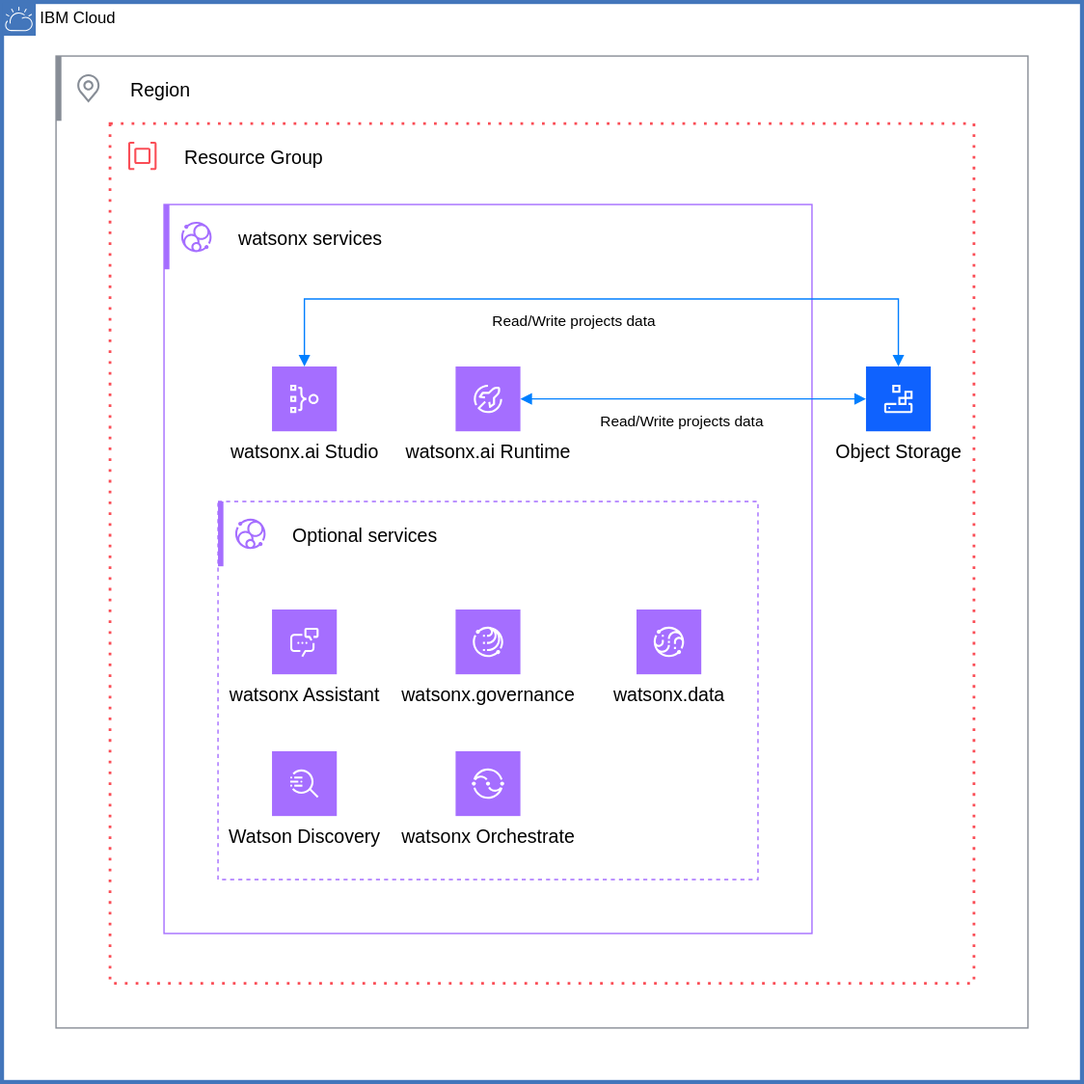
Earlier version of the draw.io export terraform-ibm-watsonx-saas-da/watsonx-saas-da.svg (ibm-cloud-docs/deployable-reference-architectures). Source tidied: cells renumbered, new cells last; positions are measured from the earlier drawing's top-left corner, leaving out a move shared by most shapes.
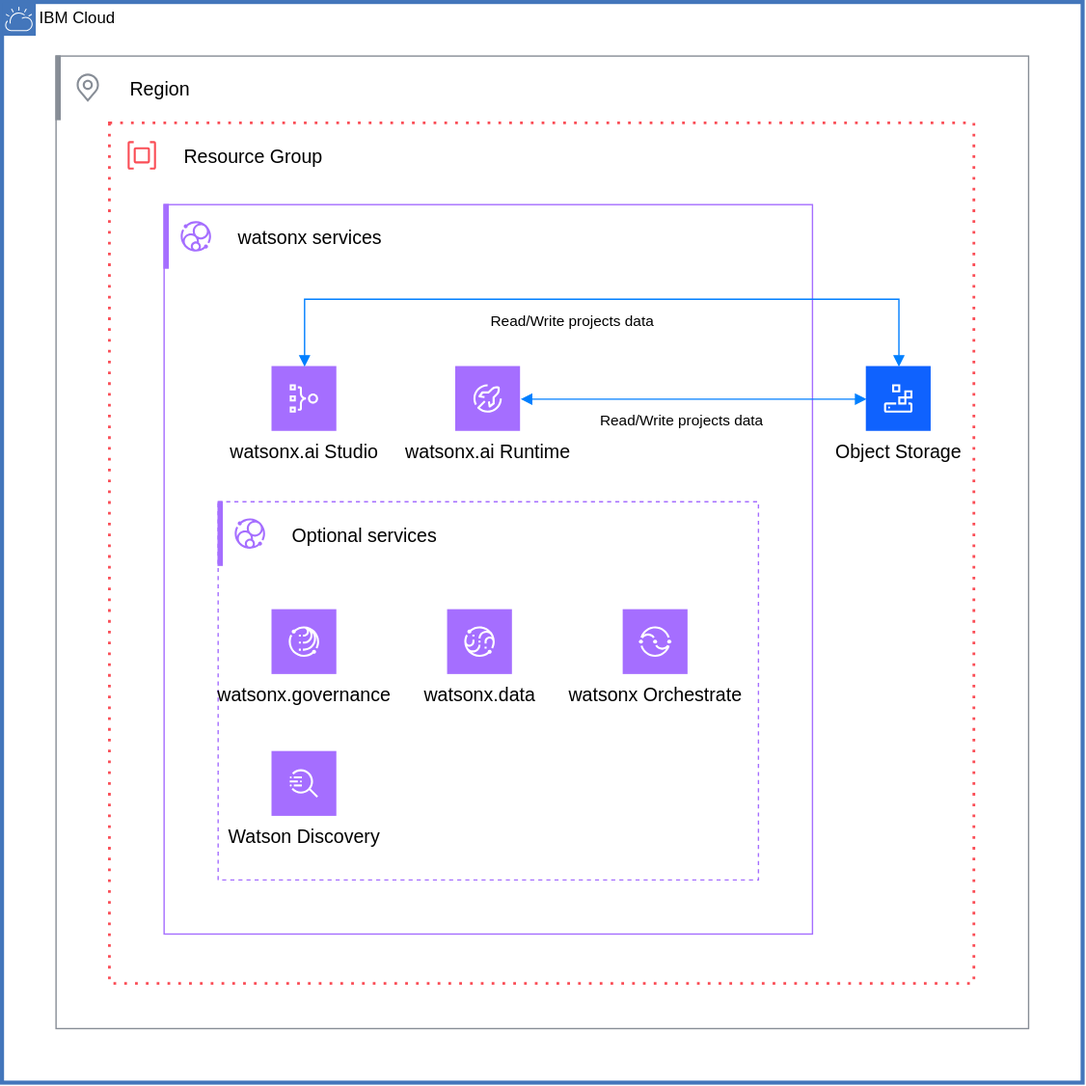
The same file after the commit.

Commit message:
cldocid2: Build update cronjobs/automated-content/build-reference-architecture-1431

Diff of the diagram source:
```diff
@@ -11,138 +11,130 @@
     <mxCell id="4" value="Region" style="shape=rect;fillColor=none;labelPosition=right;verticalLabelPosition=middle;align=left;verticalAlign=middle;strokeColor=none;spacingLeft=5;fontSize=14;" parent="3" vertex="1">
       <mxGeometry width="48" height="48" relative="1" as="geometry" />
     </mxCell>
-    <mxCell id="5" style="fillColor=#878D96;shape=mxgraph.ibm_cloud.location;strokeColor=none;dashed=0;html=1;labelPosition=center;verticalLabelPosition=bottom;verticalAlign=top;" parent="4" vertex="1">
-      <mxGeometry width="24" height="24" relative="1" as="geometry">
-        <mxPoint x="12" y="12" as="offset" />
-      </mxGeometry>
-    </mxCell>
-    <mxCell id="6" style="shape=rect;fillColor=#878D96;labelPosition=right;verticalLabelPosition=middle;align=left;verticalAlign=middle;strokeColor=none;spacingLeft=5;fontSize=14;" parent="3" vertex="1">
-      <mxGeometry width="4" height="48" relative="1" as="geometry" />
-    </mxCell>
+    <mxCell id="38" style="fillColor=#878D96;shape=mxgraph.ibm_cloud.location;strokeColor=none;dashed=0;html=1;labelPosition=center;verticalLabelPosition=bottom;verticalAlign=top;" parent="4" vertex="1">
+      <mxGeometry width="24" height="24" relative="1" as="geometry">
+        <mxPoint x="12" y="12" as="offset" />
+      </mxGeometry>
+    </mxCell>
+    <mxCell id="39" style="shape=rect;fillColor=#878D96;labelPosition=right;verticalLabelPosition=middle;align=left;verticalAlign=middle;strokeColor=none;spacingLeft=5;fontSize=14;" parent="3" vertex="1">
+      <mxGeometry width="4" height="48" relative="1" as="geometry" />
+    </mxCell>
     <mxCell id="7" style="html=1;whiteSpace=wrap;strokeColor=#FA4D56;fillColor=none;dashed=1;dashPattern=1 3;strokeWidth=2;" parent="3" vertex="1">
       <mxGeometry x="40" y="50" width="640" height="637" as="geometry" />
     </mxCell>
     <mxCell id="8" value="Resource Group" style="shape=rect;fillColor=none;labelPosition=right;verticalLabelPosition=middle;align=left;verticalAlign=middle;strokeColor=none;spacingLeft=5;fontSize=14;" parent="7" vertex="1">
       <mxGeometry width="48" height="48" relative="1" as="geometry" />
     </mxCell>
-    <mxCell id="9" style="fillColor=#FA4D56;shape=mxgraph.ibm_cloud.group--resource;strokeColor=none;dashed=0;html=1;labelPosition=center;verticalLabelPosition=bottom;verticalAlign=top;" parent="8" vertex="1">
-      <mxGeometry width="24" height="24" relative="1" as="geometry">
-        <mxPoint x="12" y="12" as="offset" />
-      </mxGeometry>
-    </mxCell>
+    <mxCell id="40" style="fillColor=#FA4D56;shape=mxgraph.ibm_cloud.group--resource;strokeColor=none;dashed=0;html=1;labelPosition=center;verticalLabelPosition=bottom;verticalAlign=top;" parent="8" vertex="1">
+      <mxGeometry width="24" height="24" relative="1" as="geometry">
+        <mxPoint x="12" y="12" as="offset" />
+      </mxGeometry>
+    </mxCell>
     <mxCell id="10" style="html=1;whiteSpace=wrap;strokeColor=#A56EFF;fillColor=none;strokeWidth=1;" parent="7" vertex="1">
       <mxGeometry x="40" y="60" width="480" height="540" as="geometry" />
     </mxCell>
     <mxCell id="11" value="watsonx services" style="shape=rect;fillColor=none;labelPosition=right;verticalLabelPosition=middle;align=left;verticalAlign=middle;strokeColor=none;spacingLeft=5;fontSize=14;" parent="10" vertex="1">
       <mxGeometry width="48" height="48" relative="1" as="geometry" />
     </mxCell>
-    <mxCell id="12" style="fillColor=#A56EFF;shape=mxgraph.ibm_cloud.watsonx;strokeColor=none;dashed=0;html=1;labelPosition=center;verticalLabelPosition=bottom;verticalAlign=top;" parent="11" vertex="1">
-      <mxGeometry width="24" height="24" relative="1" as="geometry">
-        <mxPoint x="12" y="12" as="offset" />
-      </mxGeometry>
-    </mxCell>
-    <mxCell id="13" style="shape=rect;fillColor=#A56EFF;labelPosition=right;verticalLabelPosition=middle;align=left;verticalAlign=middle;strokeColor=none;spacingLeft=5;fontSize=14;" parent="10" vertex="1">
-      <mxGeometry width="4" height="48" relative="1" as="geometry" />
-    </mxCell>
+    <mxCell id="41" style="fillColor=#A56EFF;shape=mxgraph.ibm_cloud.watsonx;strokeColor=none;dashed=0;html=1;labelPosition=center;verticalLabelPosition=bottom;verticalAlign=top;" parent="11" vertex="1">
+      <mxGeometry width="24" height="24" relative="1" as="geometry">
+        <mxPoint x="12" y="12" as="offset" />
+      </mxGeometry>
+    </mxCell>
+    <mxCell id="42" style="shape=rect;fillColor=#A56EFF;labelPosition=right;verticalLabelPosition=middle;align=left;verticalAlign=middle;strokeColor=none;spacingLeft=5;fontSize=14;" parent="10" vertex="1">
+      <mxGeometry width="4" height="48" relative="1" as="geometry" />
+    </mxCell>
     <mxCell id="14" value="watsonx.ai Studio" style="shape=rect;fillColor=#A56EFF;labelPosition=center;verticalLabelPosition=bottom;align=center;verticalAlign=top;strokeColor=none;fontSize=14;" parent="10" vertex="1">
       <mxGeometry x="80" y="120" width="48" height="48" as="geometry" />
     </mxCell>
-    <mxCell id="15" style="fillColor=#ffffff;strokeColor=none;dashed=0;html=1;labelPosition=center;verticalLabelPosition=bottom;verticalAlign=top;shape=mxgraph.ibm_cloud.ibm-watson--studio;" parent="14" vertex="1">
-      <mxGeometry width="24" height="24" relative="1" as="geometry">
-        <mxPoint x="12" y="12" as="offset" />
-      </mxGeometry>
-    </mxCell>
+    <mxCell id="43" style="fillColor=#ffffff;strokeColor=none;dashed=0;html=1;labelPosition=center;verticalLabelPosition=bottom;verticalAlign=top;shape=mxgraph.ibm_cloud.ibm-watson--studio;" parent="14" vertex="1">
+      <mxGeometry width="24" height="24" relative="1" as="geometry">
+        <mxPoint x="12" y="12" as="offset" />
+      </mxGeometry>
+    </mxCell>
     <mxCell id="16" value="watsonx.ai Runtime" style="shape=rect;fillColor=#A56EFF;labelPosition=center;verticalLabelPosition=bottom;align=center;verticalAlign=top;strokeColor=none;fontSize=14;" parent="10" vertex="1">
       <mxGeometry x="216" y="120" width="48" height="48" as="geometry" />
     </mxCell>
-    <mxCell id="17" style="fillColor=#ffffff;strokeColor=none;dashed=0;html=1;labelPosition=center;verticalLabelPosition=bottom;verticalAlign=top;shape=mxgraph.ibm_cloud.ibm-watson--machine-learning;" parent="16" vertex="1">
-      <mxGeometry width="24" height="24" relative="1" as="geometry">
-        <mxPoint x="12" y="12" as="offset" />
-      </mxGeometry>
-    </mxCell>
+    <mxCell id="44" style="fillColor=#ffffff;strokeColor=none;dashed=0;html=1;labelPosition=center;verticalLabelPosition=bottom;verticalAlign=top;shape=mxgraph.ibm_cloud.ibm-watson--machine-learning;" parent="16" vertex="1">
+      <mxGeometry width="24" height="24" relative="1" as="geometry">
+        <mxPoint x="12" y="12" as="offset" />
+      </mxGeometry>
+    </mxCell>
     <mxCell id="18" style="html=1;whiteSpace=wrap;strokeColor=#A56EFF;fillColor=none;strokeWidth=1;dashed=1;" parent="10" vertex="1">
       <mxGeometry x="40" y="220" width="400" height="280" as="geometry" />
     </mxCell>
     <mxCell id="19" value="Optional services" style="shape=rect;fillColor=none;labelPosition=right;verticalLabelPosition=middle;align=left;verticalAlign=middle;strokeColor=none;spacingLeft=5;fontSize=14;" parent="18" vertex="1">
       <mxGeometry width="48" height="48" relative="1" as="geometry" />
     </mxCell>
-    <mxCell id="20" style="fillColor=#A56EFF;shape=mxgraph.ibm_cloud.watsonx;strokeColor=none;dashed=0;html=1;labelPosition=center;verticalLabelPosition=bottom;verticalAlign=top;" parent="19" vertex="1">
-      <mxGeometry width="24" height="24" relative="1" as="geometry">
-        <mxPoint x="12" y="12" as="offset" />
-      </mxGeometry>
-    </mxCell>
-    <mxCell id="21" style="shape=rect;fillColor=#A56EFF;labelPosition=right;verticalLabelPosition=middle;align=left;verticalAlign=middle;strokeColor=none;spacingLeft=5;fontSize=14;" parent="18" vertex="1">
-      <mxGeometry width="4" height="48" relative="1" as="geometry" />
-    </mxCell>
-    <mxCell id="22" value="watsonx Assistant" style="shape=rect;fillColor=#A56EFF;labelPosition=center;verticalLabelPosition=bottom;align=center;verticalAlign=top;strokeColor=none;fontSize=14;" parent="18" vertex="1">
-      <mxGeometry x="40" y="80" width="48" height="48" as="geometry" />
-    </mxCell>
-    <mxCell id="23" style="fillColor=#ffffff;strokeColor=none;dashed=0;html=1;labelPosition=center;verticalLabelPosition=bottom;verticalAlign=top;shape=mxgraph.ibm_cloud.ibm-watsonx--assistant;" parent="22" vertex="1">
-      <mxGeometry width="24" height="24" relative="1" as="geometry">
-        <mxPoint x="12" y="12" as="offset" />
-      </mxGeometry>
-    </mxCell>
+    <mxCell id="45" style="fillColor=#A56EFF;shape=mxgraph.ibm_cloud.watsonx;strokeColor=none;dashed=0;html=1;labelPosition=center;verticalLabelPosition=bottom;verticalAlign=top;" parent="19" vertex="1">
+      <mxGeometry width="24" height="24" relative="1" as="geometry">
+        <mxPoint x="12" y="12" as="offset" />
+      </mxGeometry>
+    </mxCell>
+    <mxCell id="46" style="shape=rect;fillColor=#A56EFF;labelPosition=right;verticalLabelPosition=middle;align=left;verticalAlign=middle;strokeColor=none;spacingLeft=5;fontSize=14;" parent="18" vertex="1">
+      <mxGeometry width="4" height="48" relative="1" as="geometry" />
+    </mxCell>
     <mxCell id="24" value="watsonx.data" style="shape=rect;fillColor=#A56EFF;labelPosition=center;verticalLabelPosition=bottom;align=center;verticalAlign=top;strokeColor=none;fontSize=14;" parent="18" vertex="1">
-      <mxGeometry x="310" y="80" width="48" height="48" as="geometry" />
+      <mxGeometry x="170" y="80" width="48" height="48" as="geometry" />
     </mxCell>
-    <mxCell id="25" style="fillColor=#ffffff;strokeColor=none;dashed=0;html=1;labelPosition=center;verticalLabelPosition=bottom;verticalAlign=top;shape=mxgraph.ibm_cloud.watsonx-data;" parent="24" vertex="1">
-      <mxGeometry width="24" height="24" relative="1" as="geometry">
-        <mxPoint x="12" y="12" as="offset" />
-      </mxGeometry>
-    </mxCell>
+    <mxCell id="47" style="fillColor=#ffffff;strokeColor=none;dashed=0;html=1;labelPosition=center;verticalLabelPosition=bottom;verticalAlign=top;shape=mxgraph.ibm_cloud.watsonx-data;" parent="24" vertex="1">
+      <mxGeometry width="24" height="24" relative="1" as="geometry">
+        <mxPoint x="12" y="12" as="offset" />
+      </mxGeometry>
+    </mxCell>
     <mxCell id="26" value="Watson Discovery" style="shape=rect;fillColor=#A56EFF;labelPosition=center;verticalLabelPosition=bottom;align=center;verticalAlign=top;strokeColor=none;fontSize=14;" parent="18" vertex="1">
       <mxGeometry x="40" y="185" width="48" height="48" as="geometry" />
     </mxCell>
-    <mxCell id="27" style="fillColor=#ffffff;strokeColor=none;dashed=0;html=1;labelPosition=center;verticalLabelPosition=bottom;verticalAlign=top;shape=mxgraph.ibm_cloud.ibm-watson--discovery;" parent="26" vertex="1">
-      <mxGeometry width="24" height="24" relative="1" as="geometry">
-        <mxPoint x="12" y="12" as="offset" />
-      </mxGeometry>
-    </mxCell>
+    <mxCell id="48" style="fillColor=#ffffff;strokeColor=none;dashed=0;html=1;labelPosition=center;verticalLabelPosition=bottom;verticalAlign=top;shape=mxgraph.ibm_cloud.ibm-watson--discovery;" parent="26" vertex="1">
+      <mxGeometry width="24" height="24" relative="1" as="geometry">
+        <mxPoint x="12" y="12" as="offset" />
+      </mxGeometry>
+    </mxCell>
     <mxCell id="28" value="watsonx Orchestrate" style="shape=rect;fillColor=#A56EFF;labelPosition=center;verticalLabelPosition=bottom;align=center;verticalAlign=top;strokeColor=none;fontSize=14;" parent="18" vertex="1">
-      <mxGeometry x="176" y="185" width="48" height="48" as="geometry" />
+      <mxGeometry x="300" y="80" width="48" height="48" as="geometry" />
     </mxCell>
-    <mxCell id="29" style="fillColor=#ffffff;strokeColor=none;dashed=0;html=1;labelPosition=center;verticalLabelPosition=bottom;verticalAlign=top;shape=mxgraph.ibm_cloud.ibm-watsonx--orchestrate;" parent="28" vertex="1">
-      <mxGeometry width="24" height="24" relative="1" as="geometry">
-        <mxPoint x="12" y="12" as="offset" />
-      </mxGeometry>
-    </mxCell>
+    <mxCell id="49" style="fillColor=#ffffff;strokeColor=none;dashed=0;html=1;labelPosition=center;verticalLabelPosition=bottom;verticalAlign=top;shape=mxgraph.ibm_cloud.ibm-watsonx--orchestrate;" parent="28" vertex="1">
+      <mxGeometry width="24" height="24" relative="1" as="geometry">
+        <mxPoint x="12" y="12" as="offset" />
+      </mxGeometry>
+    </mxCell>
     <mxCell id="30" value="watsonx.governance" style="shape=rect;fillColor=#A56EFF;labelPosition=center;verticalLabelPosition=bottom;align=center;verticalAlign=top;strokeColor=none;fontSize=14;" parent="18" vertex="1">
-      <mxGeometry x="176" y="80" width="48" height="48" as="geometry" />
+      <mxGeometry x="40" y="80" width="48" height="48" as="geometry" />
     </mxCell>
-    <mxCell id="31" style="fillColor=#ffffff;strokeColor=none;dashed=0;html=1;labelPosition=center;verticalLabelPosition=bottom;verticalAlign=top;shape=mxgraph.ibm_cloud.watsonx-governance;" parent="30" vertex="1">
-      <mxGeometry width="24" height="24" relative="1" as="geometry">
-        <mxPoint x="12" y="12" as="offset" />
-      </mxGeometry>
-    </mxCell>
+    <mxCell id="50" style="fillColor=#ffffff;strokeColor=none;dashed=0;html=1;labelPosition=center;verticalLabelPosition=bottom;verticalAlign=top;shape=mxgraph.ibm_cloud.watsonx-governance;" parent="30" vertex="1">
+      <mxGeometry width="24" height="24" relative="1" as="geometry">
+        <mxPoint x="12" y="12" as="offset" />
+      </mxGeometry>
+    </mxCell>
     <mxCell id="32" value="Object Storage" style="shape=rect;fillColor=#0F62FE;labelPosition=center;verticalLabelPosition=bottom;align=center;verticalAlign=top;strokeColor=none;fontSize=14;" parent="7" vertex="1">
       <mxGeometry x="560" y="180" width="48" height="48" as="geometry" />
     </mxCell>
-    <mxCell id="33" style="fillColor=#ffffff;strokeColor=none;dashed=0;html=1;labelPosition=center;verticalLabelPosition=bottom;verticalAlign=top;shape=mxgraph.ibm_cloud.object-storage;" parent="32" vertex="1">
-      <mxGeometry width="24" height="24" relative="1" as="geometry">
-        <mxPoint x="12" y="12" as="offset" />
-      </mxGeometry>
-    </mxCell>
-    <mxCell id="34" style="endArrow=block;html=1;fontSize=16;fontColor=#4376BB;strokeWidth=1;endFill=1;strokeColor=#007FFF;startArrow=block;startFill=1;rounded=0;entryX=0.5;entryY=0;entryDx=0;entryDy=0;edgeStyle=orthogonalEdgeStyle;" parent="7" edge="1" target="32">
-      <mxGeometry relative="1" as="geometry">
-        <mxPoint x="144" y="180" as="sourcePoint" />
-        <Array as="points">
-          <mxPoint x="144" y="130" />
-          <mxPoint x="584" y="130" />
-        </Array>
-      </mxGeometry>
-    </mxCell>
-    <mxCell id="35" value="Read/Write projects data" style="edgeLabel;html=1;align=center;verticalAlign=middle;" parent="34" vertex="1">
-      <mxGeometry x="-0.08" y="1" relative="1" as="geometry">
-        <mxPoint y="16" as="offset" />
-      </mxGeometry>
-    </mxCell>
+    <mxCell id="51" style="fillColor=#ffffff;strokeColor=none;dashed=0;html=1;labelPosition=center;verticalLabelPosition=bottom;verticalAlign=top;shape=mxgraph.ibm_cloud.object-storage;" parent="32" vertex="1">
+      <mxGeometry width="24" height="24" relative="1" as="geometry">
+        <mxPoint x="12" y="12" as="offset" />
+      </mxGeometry>
+    </mxCell>
+    <mxCell id="52" style="endArrow=block;html=1;fontSize=16;fontColor=#4376BB;strokeWidth=1;endFill=1;strokeColor=#007FFF;startArrow=block;startFill=1;rounded=0;entryX=0.5;entryY=0;entryDx=0;entryDy=0;edgeStyle=orthogonalEdgeStyle;" parent="7" edge="1" target="32">
+      <mxGeometry relative="1" as="geometry">
+        <mxPoint x="144" y="180" as="sourcePoint" />
+        <Array as="points">
+          <mxPoint x="144" y="130" />
+          <mxPoint x="584" y="130" />
+        </Array>
+      </mxGeometry>
+    </mxCell>
+    <mxCell id="53" value="Read/Write projects data" style="edgeLabel;html=1;align=center;verticalAlign=middle;" parent="52" vertex="1">
+      <mxGeometry x="-0.08" y="1" relative="1" as="geometry">
+        <mxPoint y="16" as="offset" />
+      </mxGeometry>
+    </mxCell>
     <mxCell id="36" style="endArrow=block;html=1;fontSize=16;fontColor=#4376BB;strokeWidth=1;endFill=1;strokeColor=#007FFF;startArrow=block;startFill=1;rounded=0;entryX=0;entryY=0.5;entryDx=0;entryDy=0;exitX=1;exitY=0.5;exitDx=0;exitDy=0;" parent="7" edge="1" source="16" target="32">
       <mxGeometry relative="1" as="geometry" />
     </mxCell>
-    <mxCell id="37" value="Read/Write projects data" style="edgeLabel;html=1;align=center;verticalAlign=middle;" parent="36" vertex="1">
-      <mxGeometry x="-0.08" y="1" relative="1" as="geometry">
-        <mxPoint y="16" as="offset" />
-      </mxGeometry>
-    </mxCell>
+    <mxCell id="54" value="Read/Write projects data" style="edgeLabel;html=1;align=center;verticalAlign=middle;" parent="36" vertex="1">
+      <mxGeometry x="-0.08" y="1" relative="1" as="geometry">
+        <mxPoint y="16" as="offset" />
+      </mxGeometry>
+    </mxCell>
   </root>
 </mxGraphModel>
```
